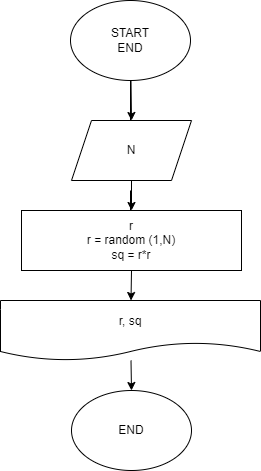
This is exp001.drawio.png from MaminovaVera/practic_temp, a draw.io export, as it was before one commit. Source tidied: cells renumbered, new cells last; positions are measured from the earlier drawing's top-left corner, leaving out a move shared by most shapes.
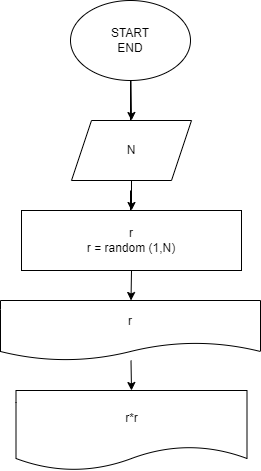
The same diagram one commit later.

Commit message:
Показать на экран случайное число, а затем квадрат числа

The edit, as a diff of the source:
```diff
@@ -30,17 +30,19 @@
     <mxCell id="8" style="edgeStyle=none;html=1;exitX=0.5;exitY=1;exitDx=0;exitDy=0;" parent="1" edge="1" source="9" target="11">
       <mxGeometry relative="1" as="geometry" />
     </mxCell>
-    <mxCell id="9" value="r&lt;br&gt;r = random (1,N)&lt;br&gt;sq = r*r" style="rounded=0;whiteSpace=wrap;html=1;" parent="1" vertex="1">
+    <mxCell id="9" value="r&lt;br&gt;r = random (1,N)" style="rounded=0;whiteSpace=wrap;html=1;" parent="1" vertex="1">
       <mxGeometry x="21" y="210" width="220" height="60" as="geometry" />
     </mxCell>
-    <mxCell id="10" style="edgeStyle=none;html=1;entryX=0.5;entryY=0;entryDx=0;entryDy=0;" parent="1" edge="1" source="11" target="12">
-      <mxGeometry relative="1" as="geometry" />
+    <mxCell id="10" style="edgeStyle=none;html=1;entryX=0.5;entryY=0;entryDx=0;entryDy=0;" parent="1" edge="1" source="11">
+      <mxGeometry relative="1" as="geometry">
+        <mxPoint x="131" y="390" as="targetPoint" />
+      </mxGeometry>
     </mxCell>
-    <mxCell id="11" value="r, sq" style="shape=document;whiteSpace=wrap;html=1;boundedLbl=1;" parent="1" vertex="1">
+    <mxCell id="11" value="r" style="shape=document;whiteSpace=wrap;html=1;boundedLbl=1;" parent="1" vertex="1">
       <mxGeometry y="300" width="260" height="60" as="geometry" />
     </mxCell>
-    <mxCell id="12" value="END" style="ellipse;whiteSpace=wrap;html=1;" parent="1" vertex="1">
-      <mxGeometry x="71" y="390" width="120" height="80" as="geometry" />
-    </mxCell>
+    <mxCell id="13" value="r*r" style="shape=document;whiteSpace=wrap;html=1;boundedLbl=1;" parent="1" vertex="1">
+      <mxGeometry x="15.5" y="390" width="231" height="80" as="geometry" />
+    </mxCell>
   </root>
 </mxGraphModel>
```
